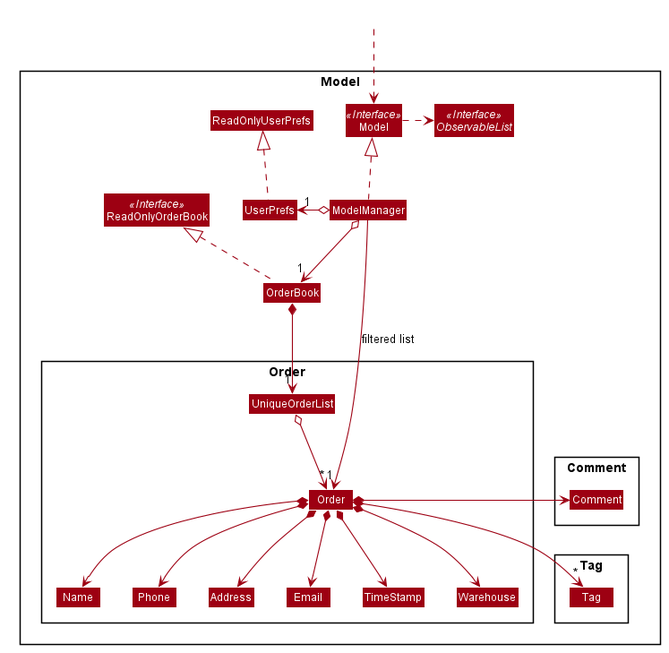
Above: docs/images/ModelClassDiagram.png in nus-cs2103-AY1920S2/addressbook-level3 (PlantUML), before the change.
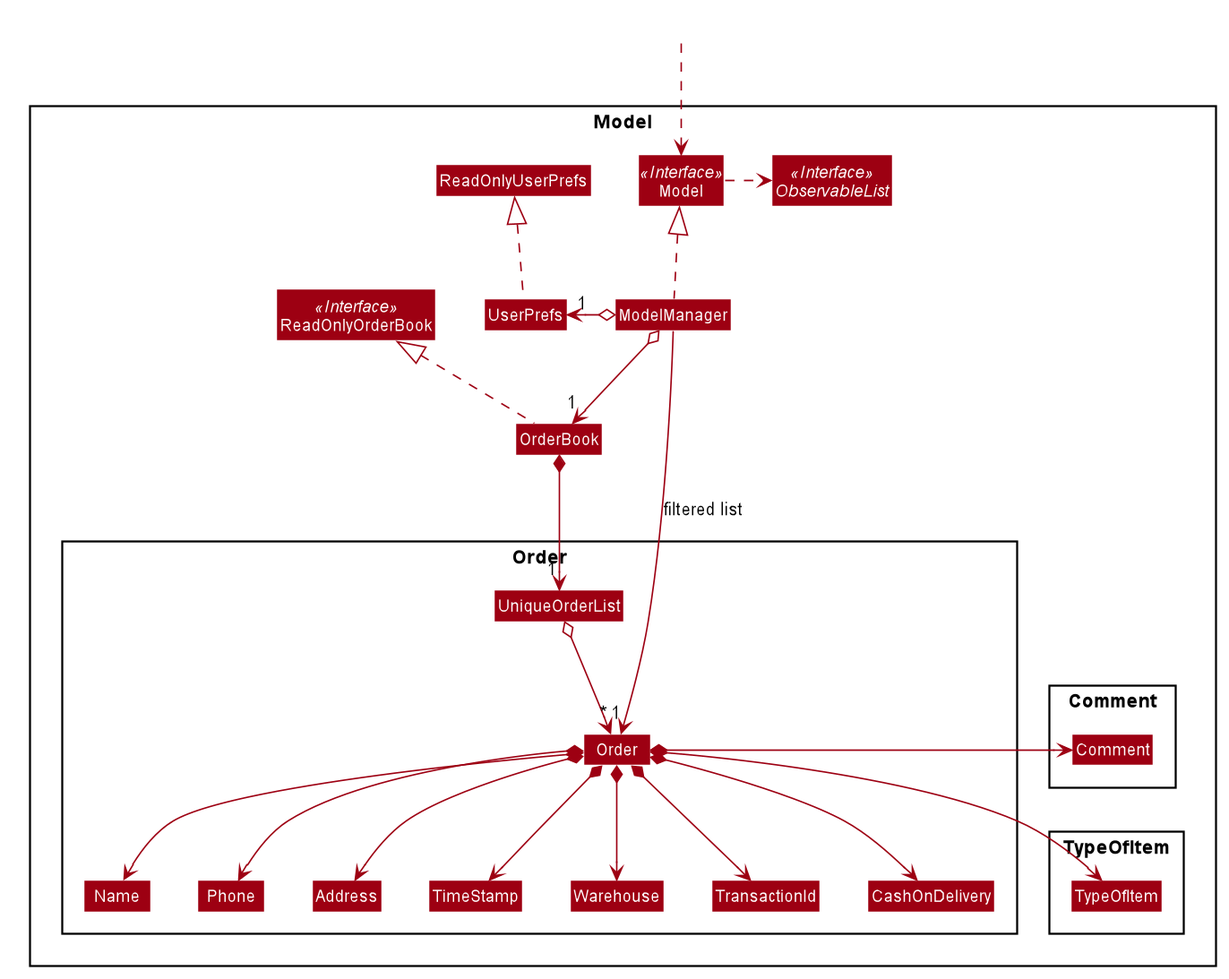
After the change.

What changed in the source:
```diff
@@ -64,17 +64,18 @@
 
 Package Order {
 Class Order
+Class TransactionId
 Class Address
-Class Email
 Class Name
 Class Phone
+Class CashOnDelivery
 Class UniqueOrderList
 Class Warehouse
 Class TimeStamp
 }
 
-Package Tag {
-Class Tag
+Package TypeOfItem {
+Class TypeOfItem
 }
 
 Package Comment {
@@ -95,20 +96,23 @@
 
 OrderBook *--> "1" UniqueOrderList
 UniqueOrderList o--> "*" Order
+Order *--> TransactionId
+Order *--> CashOnDelivery
 Order *--> Name
 Order *--> Phone
-Order *--> Email
 Order *--> Address
-Order *--> "*" Tag
+Order *--> TypeOfItem
 Order *--> Warehouse
 Order *--> Comment
 Order *--> TimeStamp
 
 Name -[hidden]right-> Phone
 Phone -[hidden]right-> Address
-Address -[hidden]right-> Email
+Address -[hidden]right-> TimeStamp
 Order -[hidden]left-> Comment
 TimeStamp -[hidden]right-> Warehouse
+Warehouse -[hidden]right-> TransactionId
+TransactionId -[hidden]right-> CashOnDelivery
 
 ModelManager -->"1" Order : filtered list
 @enduml
```
